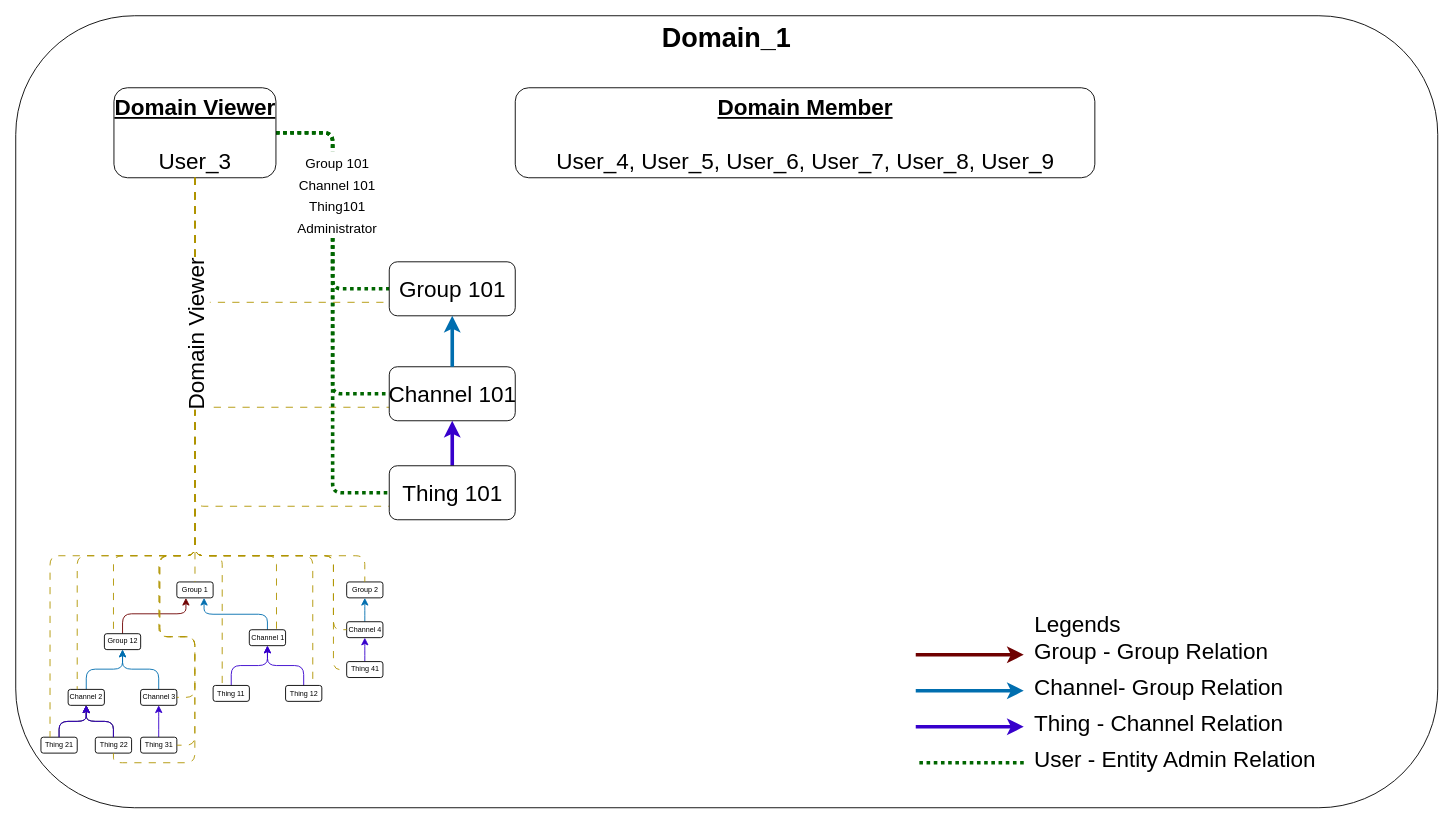
The draw.io diagram docs/diagrams/group_users_administrator_2.drawio in absmach/supermq-docs, before the edit. Source tidied: cells renumbered, new cells numbered last; positions are measured from the earlier drawing's top-left corner, leaving out a move shared by most shapes. Both pictures are drawn from the tidied source at 90%, with x=0, y=0 at pixel (15, 15).
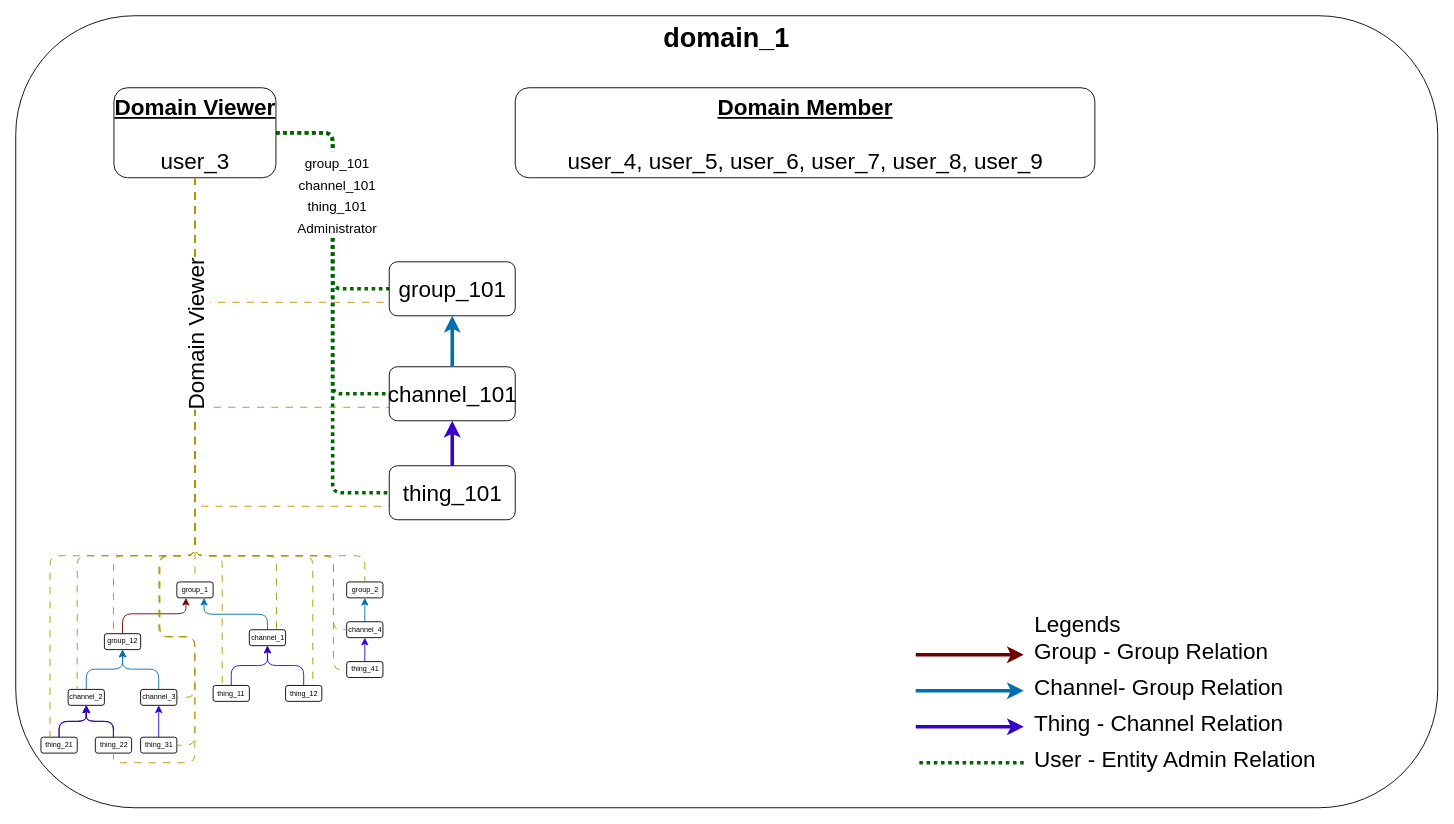
The same diagram, later.

Unchanged cells that the change refers to:
```xml
<mxCell id="7" style="group;fontSize=8;" parent="6" vertex="1">
  <mxGeometry x="28" y="607" width="380" height="230" as="geometry" />
</mxCell>
<mxCell id="43" style="edgeStyle=orthogonalEdgeStyle;html=1;entryX=0;entryY=0.5;entryDx=0;entryDy=0;dashed=1;dashPattern=1 1;strokeColor=#006600;strokeWidth=4;fontSize=20;endArrow=none;endFill=0;" parent="34" edge="1" source="48" target="72">
  <mxGeometry relative="1" as="geometry" />
</mxCell>
```

Diff of the diagram source:
```diff
@@
-    <mxCell id="5" value="&lt;font style=&quot;font-size: 30px;&quot;&gt;&lt;b style=&quot;&quot;&gt;Domain_1&lt;/b&gt;&lt;/font&gt;" style="rounded=1;whiteSpace=wrap;html=1;verticalAlign=top;fillColor=default;" parent="4" vertex="1">
+    <mxCell id="5" value="&lt;font style=&quot;font-size: 30px;&quot;&gt;&lt;b style=&quot;&quot;&gt;domain_1&lt;/b&gt;&lt;/font&gt;" style="rounded=1;whiteSpace=wrap;html=1;verticalAlign=top;fillColor=default;" parent="4" vertex="1">
       <mxGeometry width="1580" height="880" as="geometry" />
     </mxCell>
@@
-    <mxCell id="8" value="Group 1" style="rounded=1;html=1;fontSize=8;" parent="7" vertex="1">
+    <mxCell id="8" value="group_1" style="rounded=1;html=1;fontSize=8;" parent="7" vertex="1">
       <mxGeometry x="151" y="22.1" width="40.3" height="17.7" as="geometry" />
     </mxCell>
@@
-    <mxCell id="10" value="Group 12" style="rounded=1;whiteSpace=wrap;html=1;fontSize=8;" parent="7" vertex="1">
+    <mxCell id="10" value="group_12" style="rounded=1;whiteSpace=wrap;html=1;fontSize=8;" parent="7" vertex="1">
       <mxGeometry x="70.5" y="79.6" width="40.3" height="17.7" as="geometry" />
     </mxCell>
@@
-    <mxCell id="12" value="Channel 2" style="rounded=1;html=1;fontSize=8;" parent="7" vertex="1">
+    <mxCell id="12" value="channel_2" style="rounded=1;html=1;fontSize=8;" parent="7" vertex="1">
       <mxGeometry x="30.2" y="141.5" width="40.3" height="17.7" as="geometry" />
     </mxCell>
@@
-    <mxCell id="14" value="Channel 3" style="rounded=1;html=1;fontSize=8;" parent="7" vertex="1">
+    <mxCell id="14" value="channel_3" style="rounded=1;html=1;fontSize=8;" parent="7" vertex="1">
       <mxGeometry x="110.7" y="141.5" width="40.3" height="17.7" as="geometry" />
     </mxCell>
@@
-    <mxCell id="16" value="Channel 1" style="rounded=1;html=1;fontSize=8;" parent="7" vertex="1">
+    <mxCell id="16" value="channel_1" style="rounded=1;html=1;fontSize=8;" parent="7" vertex="1">
       <mxGeometry x="231.5" y="75.2" width="40.3" height="17.7" as="geometry" />
     </mxCell>
@@
-    <mxCell id="18" value="Thing 11" style="rounded=1;html=1;fontSize=8;" parent="7" vertex="1">
+    <mxCell id="18" value="thing_11" style="rounded=1;html=1;fontSize=8;" parent="7" vertex="1">
       <mxGeometry x="191.3" y="137.1" width="40.3" height="17.7" as="geometry" />
     </mxCell>
@@
-    <mxCell id="20" value="Thing 12" style="rounded=1;html=1;fontSize=8;" parent="7" vertex="1">
+    <mxCell id="20" value="thing_12" style="rounded=1;html=1;fontSize=8;" parent="7" vertex="1">
       <mxGeometry x="271.8" y="137.1" width="40.3" height="17.7" as="geometry" />
     </mxCell>
@@
-    <mxCell id="22" value="Thing 21" style="rounded=1;html=1;fontSize=8;" parent="7" vertex="1">
+    <mxCell id="22" value="thing_21" style="rounded=1;html=1;fontSize=8;" parent="7" vertex="1">
       <mxGeometry y="194.6" width="40.3" height="17.7" as="geometry" />
     </mxCell>
@@
-    <mxCell id="24" value="Thing 22" style="rounded=1;html=1;fontSize=8;" parent="7" vertex="1">
+    <mxCell id="24" value="thing_22" style="rounded=1;html=1;fontSize=8;" parent="7" vertex="1">
       <mxGeometry x="60.4" y="194.6" width="40.3" height="17.7" as="geometry" />
     </mxCell>
@@
-    <mxCell id="26" value="Thing 31" style="rounded=1;html=1;fontSize=8;" parent="7" vertex="1">
+    <mxCell id="26" value="thing_31" style="rounded=1;html=1;fontSize=8;" parent="7" vertex="1">
       <mxGeometry x="110.7" y="194.6" width="40.3" height="17.7" as="geometry" />
     </mxCell>
@@
-    <mxCell id="29" value="Group 2" style="rounded=1;html=1;fontSize=8;" parent="7" vertex="1">
+    <mxCell id="29" value="group_2" style="rounded=1;html=1;fontSize=8;" parent="7" vertex="1">
       <mxGeometry x="339.7" y="22.1" width="40.3" height="17.7" as="geometry" />
     </mxCell>
@@
-    <mxCell id="31" value="Channel 4" style="rounded=1;html=1;fontSize=8;" parent="7" vertex="1">
+    <mxCell id="31" value="channel_4" style="rounded=1;html=1;fontSize=8;" parent="7" vertex="1">
       <mxGeometry x="339.7" y="66.3" width="40.3" height="17.7" as="geometry" />
     </mxCell>
@@
-    <mxCell id="33" value="Thing 41" style="rounded=1;html=1;fontSize=8;" parent="7" vertex="1">
+    <mxCell id="33" value="thing_41" style="rounded=1;html=1;fontSize=8;" parent="7" vertex="1">
       <mxGeometry x="339.7" y="110.6" width="40.3" height="17.7" as="geometry" />
     </mxCell>
@@
-    <mxCell id="37" value="&lt;font style=&quot;font-size: 25px;&quot;&gt;&lt;b&gt;&lt;u&gt;Domain Member&lt;/u&gt;&lt;/b&gt;&lt;br&gt;&lt;br&gt;User_4, User_5, User_6, User_7, User_8, User_9&lt;/font&gt;" style="rounded=1;html=1;fontSize=25;verticalAlign=top;" parent="34" vertex="1">
+    <mxCell id="37" value="&lt;font style=&quot;font-size: 25px;&quot;&gt;&lt;b&gt;&lt;u&gt;Domain Member&lt;/u&gt;&lt;/b&gt;&lt;br&gt;&lt;br&gt;user_4, user_5, user_6, user_7, user_8, user_9&lt;/font&gt;" style="rounded=1;html=1;fontSize=25;verticalAlign=top;" parent="34" vertex="1">
       <mxGeometry x="555" y="80" width="644" height="100" as="geometry" />
     </mxCell>
@@
-    <mxCell id="44" value="&lt;span style=&quot;font-size: 15px;&quot;&gt;Group 101&lt;/span&gt;&lt;br style=&quot;font-size: 15px;&quot;&gt;&lt;span style=&quot;font-size: 15px;&quot;&gt;Channel 101&lt;/span&gt;&lt;br style=&quot;font-size: 15px;&quot;&gt;&lt;span style=&quot;font-size: 15px;&quot;&gt;Thing101&lt;/span&gt;&lt;br style=&quot;font-size: 15px;&quot;&gt;&lt;span style=&quot;font-size: 15px;&quot;&gt;Administrator&lt;/span&gt;" style="edgeLabel;html=1;align=center;verticalAlign=middle;fontSize=20;" parent="43" vertex="1">
+    <mxCell id="44" value="&lt;span style=&quot;font-size: 15px;&quot;&gt;group_101&lt;/span&gt;&lt;br style=&quot;font-size: 15px;&quot;&gt;&lt;span style=&quot;font-size: 15px;&quot;&gt;channel_101&lt;/span&gt;&lt;br style=&quot;font-size: 15px;&quot;&gt;&lt;span style=&quot;font-size: 15px;&quot;&gt;thing_101&lt;/span&gt;&lt;br style=&quot;font-size: 15px;&quot;&gt;&lt;span style=&quot;font-size: 15px;&quot;&gt;Administrator&lt;/span&gt;" style="edgeLabel;html=1;align=center;verticalAlign=middle;fontSize=20;" parent="43" vertex="1">
       <mxGeometry x="-0.53" y="4" relative="1" as="geometry">
         <mxPoint y="6" as="offset" />
       </mxGeometry>
     </mxCell>
@@
-    <mxCell id="48" value="&lt;font style=&quot;font-size: 25px;&quot;&gt;&lt;b&gt;&lt;u&gt;Domain Viewer&lt;/u&gt;&lt;/b&gt;&lt;br&gt;&lt;br&gt;User_3&lt;/font&gt;" style="rounded=1;html=1;fontSize=25;verticalAlign=top;" parent="34" vertex="1">
+    <mxCell id="48" value="&lt;font style=&quot;font-size: 25px;&quot;&gt;&lt;b&gt;&lt;u&gt;Domain Viewer&lt;/u&gt;&lt;/b&gt;&lt;br&gt;&lt;br&gt;user_3&lt;/font&gt;" style="rounded=1;html=1;fontSize=25;verticalAlign=top;" parent="34" vertex="1">
       <mxGeometry x="109.1" y="80" width="180" height="100" as="geometry" />
     </mxCell>
@@
-    <mxCell id="60" value="Group 101" style="rounded=1;html=1;fontSize=25;" parent="34" vertex="1">
+    <mxCell id="60" value="group_101" style="rounded=1;html=1;fontSize=25;" parent="34" vertex="1">
       <mxGeometry x="415" y="273.4" width="140" height="60" as="geometry" />
     </mxCell>
-    <mxCell id="61" value="Channel 101" style="rounded=1;html=1;fontSize=25;" parent="34" vertex="1">
+    <mxCell id="61" value="channel_101" style="rounded=1;html=1;fontSize=25;" parent="34" vertex="1">
       <mxGeometry x="415" y="390" width="140" height="60" as="geometry" />
     </mxCell>
@@
-    <mxCell id="72" value="Thing 101" style="rounded=1;html=1;fontSize=25;" parent="70" vertex="1">
+    <mxCell id="72" value="thing_101" style="rounded=1;html=1;fontSize=25;" parent="70" vertex="1">
       <mxGeometry x="415" y="500" width="140" height="60" as="geometry" />
     </mxCell>
```
